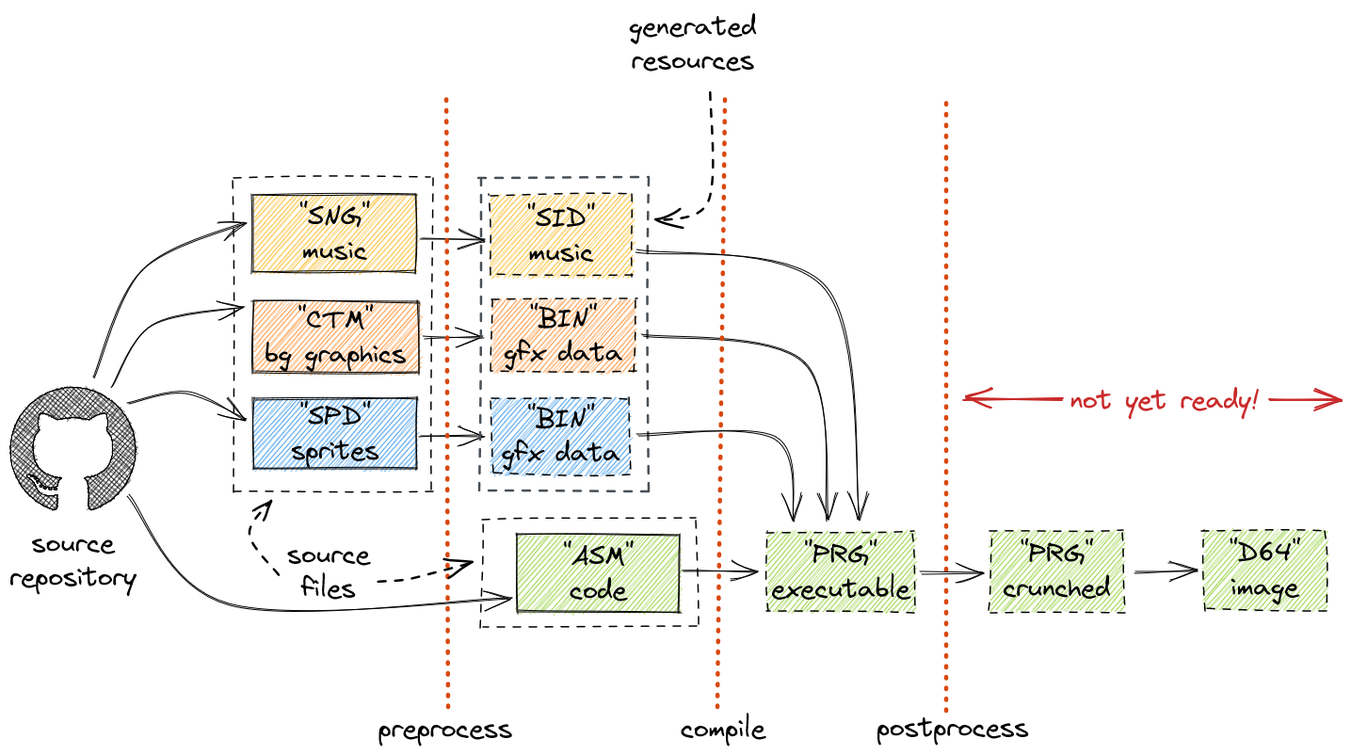
This is doc/img/retro-tool-overview.png from c64lib/gradle-retro-assembler-plugin, a Excalidraw export, as it was before one commit. Source tidied: one line per element, renumbered; positions are measured from the earlier drawing's top-left corner, leaving out a move shared by most shapes.
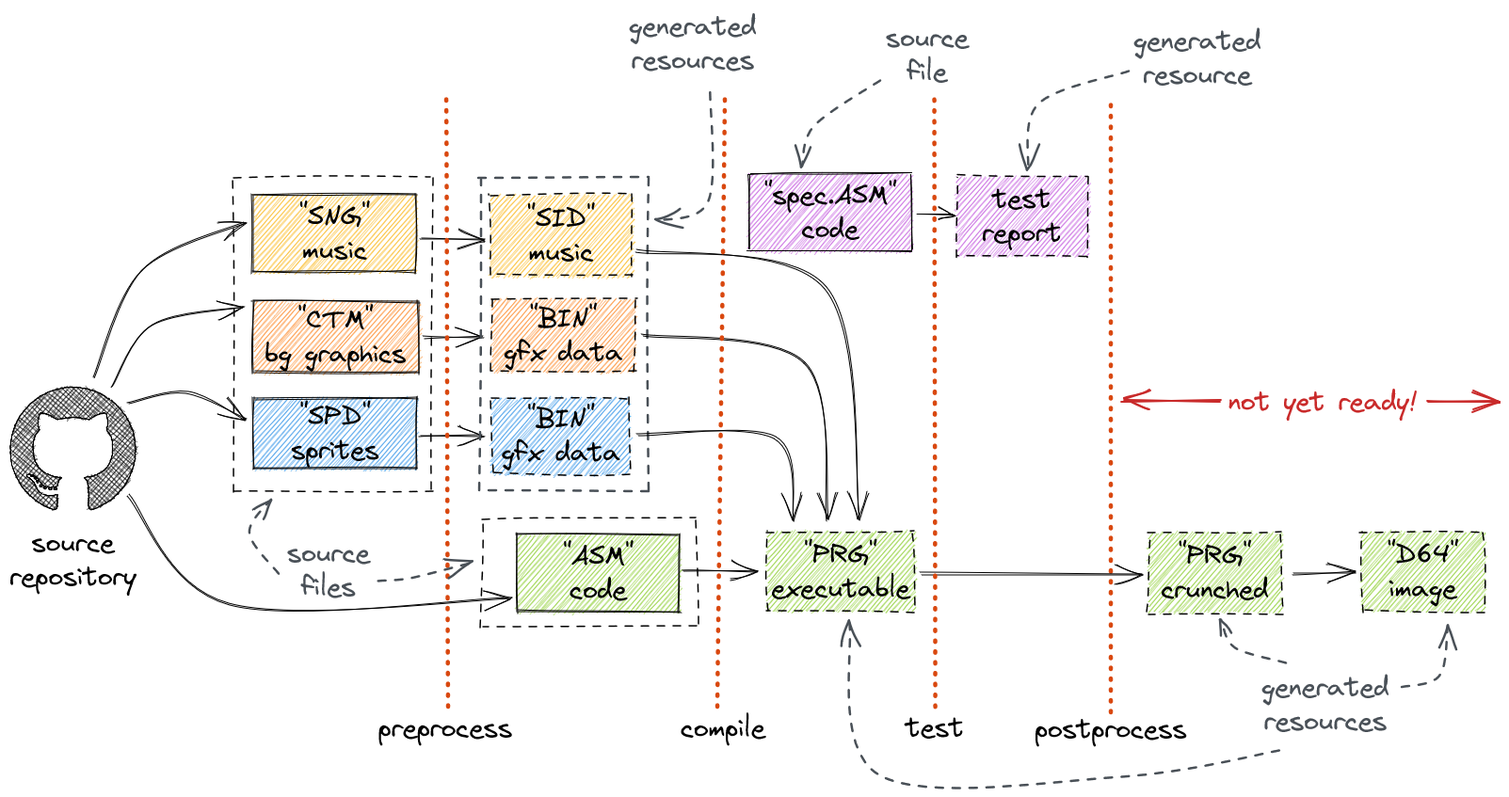
The same diagram one commit later.

The edit, as a diff of the source:
```diff
@@ -31,8 +31,8 @@
 {"id": 30, "type": "arrow", "strokeColor": "#000000", "backgroundColor": "#228be6", "fillStyle": "hachure", "strokeWidth": 1, "roughness": 1, "endArrowhead": "arrow", "from": 11, "to": 25, "x": 440, "y": 348, "width": 64, "height": 1, "points": [[0, 0], [64, 1]]}
 {"id": 31, "type": "arrow", "strokeColor": "#000000", "backgroundColor": "#228be6", "fillStyle": "hachure", "strokeWidth": 1, "roughness": 1, "endArrowhead": "arrow", "from": 13, "to": 27, "x": 436, "y": 453, "width": 67, "height": 1, "points": [[0, 0], [67, -1]]}
 {"id": 32, "type": "rectangle", "strokeColor": "#495057", "strokeWidth": 2, "strokeStyle": "dashed", "roughness": 1, "x": 500, "y": 180, "width": 180, "height": 332}
-{"id": 33, "type": "text", "text": "generated\nresources", "strokeColor": "#000000", "strokeWidth": 2, "strokeStyle": "dashed", "roughness": 1, "fontSize": 28, "fontFamily": 1, "textAlign": "center", "x": 658, "y": 0, "width": 136, "height": 72}
+{"id": 33, "type": "text", "text": "generated\nresources", "strokeColor": "#495057", "strokeWidth": 2, "strokeStyle": "dashed", "roughness": 1, "fontSize": 28, "fontFamily": 1, "textAlign": "center", "x": 658, "y": 0, "width": 136, "height": 72}
-{"id": 34, "type": "arrow", "strokeColor": "#000000", "strokeWidth": 2, "strokeStyle": "dashed", "roughness": 1, "endArrowhead": "arrow", "from": 33, "to": 32, "x": 743, "y": 88, "width": 57, "height": 137, "points": [[0, 0], [-1, 115], [-57, 137]]}
+{"id": 34, "type": "arrow", "strokeColor": "#495057", "strokeWidth": 2, "strokeStyle": "dashed", "roughness": 1, "endArrowhead": "arrow", "from": 33, "to": 32, "x": 743, "y": 88, "width": 57, "height": 137, "points": [[0, 0], [-1, 115], [-57, 137]]}
 {"id": 35, "type": "rectangle", "strokeColor": "#000000", "backgroundColor": "#82c91e", "fillStyle": "hachure", "strokeWidth": 1, "strokeStyle": "dashed", "roughness": 1, "x": 805, "y": 555, "width": 156, "height": 85}
 {"id": 36, "type": "text", "text": "\"PRG\"\nexecutable", "strokeColor": "#000000", "backgroundColor": "#82c91e", "fillStyle": "hachure", "strokeWidth": 1, "strokeStyle": "dashed", "roughness": 1, "fontSize": 28, "fontFamily": 1, "textAlign": "center", "verticalAlign": "middle", "x": 809, "y": 562, "width": 148, "height": 72}
 {"id": 37, "type": "arrow", "strokeColor": "#000000", "backgroundColor": "#82c91e", "fillStyle": "hachure", "strokeWidth": 1, "roughness": 1, "endArrowhead": "arrow", "from": 15, "to": 36, "x": 715, "y": 597, "width": 79, "height": 1, "points": [[0, 0], [79, 1]]}
@@ -43,17 +43,32 @@
 {"id": 42, "type": "line", "strokeColor": "#d9480f", "backgroundColor": "#82c91e", "fillStyle": "hachure", "strokeWidth": 4, "strokeStyle": "dotted", "roughness": 1, "x": 753, "y": 742, "width": 8, "height": 652, "points": [[0, 0], [8, -652]]}
 {"id": 43, "type": "rectangle", "strokeColor": "#000000", "strokeWidth": 1, "strokeStyle": "dashed", "roughness": 1, "x": 238, "y": 178, "width": 211, "height": 335}
 {"id": 44, "type": "rectangle", "strokeColor": "#000000", "strokeWidth": 1, "strokeStyle": "dashed", "roughness": 1, "x": 501, "y": 542, "width": 230, "height": 114}
-{"id": 45, "type": "text", "text": "source\nfiles", "strokeColor": "#000000", "strokeWidth": 1, "strokeStyle": "dashed", "roughness": 1, "fontSize": 28, "fontFamily": 1, "textAlign": "center", "x": 295, "y": 561, "width": 88, "height": 72}
+{"id": 45, "type": "text", "text": "source\nfiles", "strokeColor": "#495057", "strokeWidth": 1, "strokeStyle": "dashed", "roughness": 1, "fontSize": 28, "fontFamily": 1, "textAlign": "center", "x": 295, "y": 560, "width": 88, "height": 72}
-{"id": 46, "type": "arrow", "strokeColor": "#000000", "strokeWidth": 2, "strokeStyle": "dashed", "roughness": 1, "endArrowhead": "arrow", "from": 45, "to": 43, "x": 285, "y": 601, "width": 31, "height": 79, "points": [[0, 0], [-31, -44], [-6, -79]]}
+{"id": 46, "type": "arrow", "strokeColor": "#495057", "strokeWidth": 2, "strokeStyle": "dashed", "roughness": 1, "endArrowhead": "arrow", "from": 45, "to": 43, "x": 285, "y": 600, "width": 31, "height": 79, "points": [[0, 0], [-31, -44], [-6, -79]]}
-{"id": 47, "type": "arrow", "strokeColor": "#000000", "strokeWidth": 2, "strokeStyle": "dashed", "roughness": 1, "endArrowhead": "arrow", "from": 45, "to": 44, "x": 393, "y": 607, "width": 98, "height": 18, "points": [[0, 0], [33, -3], [98, -18]]}
+{"id": 47, "type": "arrow", "strokeColor": "#495057", "strokeWidth": 2, "strokeStyle": "dashed", "roughness": 1, "endArrowhead": "arrow", "from": 45, "to": 44, "x": 393, "y": 606, "width": 98, "height": 17, "points": [[0, 0], [33, -2], [98, -17]]}
-{"id": 48, "type": "text", "text": "postprocess", "strokeColor": "#000000", "strokeWidth": 2, "strokeStyle": "dashed", "roughness": 1, "fontSize": 28, "fontFamily": 1, "textAlign": "center", "x": 922, "y": 745, "width": 161, "height": 36}
+{"id": 48, "type": "text", "text": "postprocess", "strokeColor": "#000000", "strokeWidth": 2, "strokeStyle": "dashed", "roughness": 1, "fontSize": 28, "fontFamily": 1, "textAlign": "center", "x": 1090, "y": 747, "width": 161, "height": 36}
-{"id": 49, "type": "line", "strokeColor": "#d9480f", "strokeWidth": 4, "strokeStyle": "dotted", "roughness": 1, "x": 995, "y": 745, "width": 1, "height": 649, "points": [[0, 0], [1, -649]]}
+{"id": 49, "type": "line", "strokeColor": "#d9480f", "strokeWidth": 4, "strokeStyle": "dotted", "roughness": 1, "x": 1170, "y": 747, "width": 1, "height": 649, "points": [[0, 0], [1, -649]]}
-{"id": 50, "type": "rectangle", "strokeColor": "#000000", "backgroundColor": "#82c91e", "fillStyle": "hachure", "strokeWidth": 1, "strokeStyle": "dashed", "roughness": 1, "x": 1042, "y": 554, "width": 141, "height": 85}
+{"id": 50, "type": "rectangle", "strokeColor": "#000000", "backgroundColor": "#82c91e", "fillStyle": "hachure", "strokeWidth": 1, "strokeStyle": "dashed", "roughness": 1, "x": 1210, "y": 556, "width": 141, "height": 85}
-{"id": 51, "type": "text", "text": "\"PRG\"\ncrunched", "strokeColor": "#000000", "backgroundColor": "#82c91e", "fillStyle": "hachure", "strokeWidth": 1, "strokeStyle": "dashed", "roughness": 1, "fontSize": 28, "fontFamily": 1, "textAlign": "center", "verticalAlign": "middle", "x": 1056, "y": 560, "width": 114, "height": 72}
+{"id": 51, "type": "text", "text": "\"PRG\"\ncrunched", "strokeColor": "#000000", "backgroundColor": "#82c91e", "fillStyle": "hachure", "strokeWidth": 1, "strokeStyle": "dashed", "roughness": 1, "fontSize": 28, "fontFamily": 1, "textAlign": "center", "verticalAlign": "middle", "x": 1224, "y": 562, "width": 114, "height": 72}
-{"id": 52, "type": "arrow", "strokeColor": "#000000", "backgroundColor": "#82c91e", "fillStyle": "hachure", "strokeWidth": 1, "roughness": 1, "endArrowhead": "arrow", "from": 36, "to": 50, "x": 968, "y": 598, "width": 65, "height": 0, "points": [[0, 0], [65, 0]]}
+{"id": 52, "type": "arrow", "strokeColor": "#000000", "backgroundColor": "#82c91e", "fillStyle": "hachure", "strokeWidth": 1, "roughness": 1, "endArrowhead": "arrow", "from": 36, "to": 50, "x": 968, "y": 599, "width": 234, "height": 1, "points": [[0, 0], [234, 1]]}
-{"id": 53, "type": "rectangle", "strokeColor": "#000000", "backgroundColor": "#82c91e", "fillStyle": "hachure", "strokeWidth": 1, "strokeStyle": "dashed", "roughness": 1, "x": 1268, "y": 553, "width": 131, "height": 85}
+{"id": 53, "type": "rectangle", "strokeColor": "#000000", "backgroundColor": "#82c91e", "fillStyle": "hachure", "strokeWidth": 1, "strokeStyle": "dashed", "roughness": 1, "x": 1436, "y": 555, "width": 131, "height": 85}
-{"id": 54, "type": "text", "text": "\"D64\"\nimage", "strokeColor": "#000000", "backgroundColor": "#82c91e", "fillStyle": "hachure", "strokeWidth": 1, "strokeStyle": "dashed", "roughness": 1, "fontSize": 28, "fontFamily": 1, "textAlign": "center", "verticalAlign": "middle", "x": 1296, "y": 560, "width": 76, "height": 72}
+{"id": 54, "type": "text", "text": "\"D64\"\nimage", "strokeColor": "#000000", "backgroundColor": "#82c91e", "fillStyle": "hachure", "strokeWidth": 1, "strokeStyle": "dashed", "roughness": 1, "fontSize": 28, "fontFamily": 1, "textAlign": "center", "verticalAlign": "middle", "x": 1464, "y": 562, "width": 76, "height": 72}
-{"id": 55, "type": "arrow", "strokeColor": "#000000", "backgroundColor": "#82c91e", "fillStyle": "hachure", "strokeWidth": 1, "roughness": 1, "endArrowhead": "arrow", "from": 50, "to": 53, "x": 1196, "y": 598, "width": 65, "height": 2, "points": [[0, 0], [65, -2]]}
+{"id": 55, "type": "arrow", "strokeColor": "#000000", "backgroundColor": "#82c91e", "fillStyle": "hachure", "strokeWidth": 1, "roughness": 1, "endArrowhead": "arrow", "from": 50, "to": 53, "x": 1364, "y": 600, "width": 65, "height": 2, "points": [[0, 0], [65, -2]]}
-{"id": 56, "type": "text", "text": "not yet ready!", "strokeColor": "#c92a2a", "backgroundColor": "#82c91e", "fillStyle": "hachure", "strokeWidth": 1, "roughness": 1, "fontSize": 28, "fontFamily": 1, "textAlign": "center", "x": 1127, "y": 397, "width": 200, "height": 36}
+{"id": 56, "type": "text", "text": "not yet ready!", "strokeColor": "#c92a2a", "backgroundColor": "#82c91e", "fillStyle": "hachure", "strokeWidth": 1, "roughness": 1, "fontSize": 28, "fontFamily": 1, "textAlign": "center", "x": 1295, "y": 399, "width": 200, "height": 36}
-{"id": 57, "type": "arrow", "strokeColor": "#c92a2a", "backgroundColor": "#82c91e", "fillStyle": "hachure", "strokeWidth": 2, "roughness": 1, "endArrowhead": "arrow", "from": 56, "x": 1119, "y": 414, "width": 105, "height": 0, "points": [[0, 0], [-105, 0]]}
+{"id": 57, "type": "arrow", "strokeColor": "#c92a2a", "backgroundColor": "#82c91e", "fillStyle": "hachure", "strokeWidth": 2, "roughness": 1, "endArrowhead": "arrow", "from": 56, "x": 1287, "y": 416, "width": 105, "height": 0, "points": [[0, 0], [-105, 0]]}
-{"id": 58, "type": "arrow", "strokeColor": "#c92a2a", "backgroundColor": "#82c91e", "fillStyle": "hachure", "strokeWidth": 2, "roughness": 1, "endArrowhead": "arrow", "from": 56, "x": 1339, "y": 415, "width": 75, "height": 0, "points": [[0, 0], [75, 0]]}
+{"id": 58, "type": "arrow", "strokeColor": "#c92a2a", "backgroundColor": "#82c91e", "fillStyle": "hachure", "strokeWidth": 2, "roughness": 1, "endArrowhead": "arrow", "from": 56, "x": 1507, "y": 417, "width": 75, "height": 0, "points": [[0, 0], [75, 0]]}
+{"id": 59, "type": "line", "strokeColor": "#d9480f", "strokeWidth": 4, "strokeStyle": "dotted", "roughness": 1, "x": 983, "y": 741, "width": 1, "height": 649, "points": [[0, 0], [1, -649]]}
+{"id": 60, "type": "text", "text": "test", "strokeColor": "#000000", "backgroundColor": "#228be6", "fillStyle": "cross-hatch", "strokeWidth": 1, "roughness": 1, "fontSize": 28, "fontFamily": 1, "textAlign": "center", "x": 952, "y": 746, "width": 62, "height": 36}
+{"id": 61, "type": "rectangle", "strokeColor": "#000000", "backgroundColor": "#be4bdb", "fillStyle": "hachure", "strokeWidth": 1, "roughness": 1, "x": 786, "y": 174, "width": 173, "height": 82}
+{"id": 62, "type": "text", "text": "\"spec.ASM\"\ncode", "strokeColor": "#000000", "backgroundColor": "#be4bdb", "fillStyle": "hachure", "strokeWidth": 1, "roughness": 1, "fontSize": 28, "fontFamily": 1, "textAlign": "center", "x": 802, "y": 180, "width": 141, "height": 72}
+{"id": 63, "type": "text", "text": "source\nfile", "strokeColor": "#495057", "strokeWidth": 1, "strokeStyle": "dashed", "roughness": 1, "fontSize": 28, "fontFamily": 1, "textAlign": "center", "x": 931, "y": 12, "width": 88, "height": 72}
+{"id": 64, "type": "arrow", "strokeColor": "#495057", "backgroundColor": "#228be6", "fillStyle": "cross-hatch", "strokeWidth": 2, "strokeStyle": "dashed", "roughness": 1, "endArrowhead": "arrow", "from": 63, "to": 62, "x": 925, "y": 76, "width": 83, "height": 90, "points": [[0, 0], [-70, 47], [-83, 90]]}
+{"id": 65, "type": "rectangle", "strokeColor": "#000000", "backgroundColor": "#be4bdb", "fillStyle": "hachure", "strokeWidth": 1, "strokeStyle": "dashed", "roughness": 1, "x": 1006, "y": 178, "width": 139, "height": 84}
+{"id": 66, "type": "arrow", "strokeColor": "#000000", "backgroundColor": "#be4bdb", "fillStyle": "hachure", "strokeWidth": 1, "roughness": 1, "endArrowhead": "arrow", "from": 61, "to": 65, "x": 965, "y": 218, "width": 38, "height": 0, "points": [[0, 0], [38, 0]]}
+{"id": 67, "type": "text", "text": "test\nreport", "strokeColor": "#000000", "backgroundColor": "#be4bdb", "fillStyle": "hachure", "strokeWidth": 1, "roughness": 1, "fontSize": 28, "fontFamily": 1, "textAlign": "center", "verticalAlign": "middle", "x": 1033, "y": 184, "width": 85, "height": 72}
+{"id": 68, "type": "text", "text": "generated\nresources", "strokeColor": "#495057", "strokeWidth": 2, "strokeStyle": "dashed", "roughness": 1, "fontSize": 28, "fontFamily": 1, "textAlign": "center", "x": 1330, "y": 702, "width": 136, "height": 72}
+{"id": 69, "type": "arrow", "strokeColor": "#495057", "backgroundColor": "#be4bdb", "fillStyle": "hachure", "strokeWidth": 2, "strokeStyle": "dashed", "roughness": 1, "endArrowhead": "arrow", "from": 68, "to": 53, "x": 1478, "y": 719, "width": 49, "height": 66, "points": [[0, 0], [42, -12], [49, -66]]}
+{"id": 70, "type": "arrow", "strokeColor": "#495057", "backgroundColor": "#be4bdb", "fillStyle": "hachure", "strokeWidth": 2, "strokeStyle": "dashed", "roughness": 1, "endArrowhead": "arrow", "from": 68, "to": 51, "x": 1357, "y": 694, "width": 69, "height": 45, "points": [[0, 0], [-56, -16], [-69, -45]]}
+{"id": 71, "type": "arrow", "strokeColor": "#495057", "backgroundColor": "#be4bdb", "fillStyle": "hachure", "strokeWidth": 2, "strokeStyle": "dashed", "roughness": 1, "endArrowhead": "arrow", "from": 68, "to": 36, "x": 1349, "y": 786, "width": 457, "height": 166, "points": [[0, 0], [-166, 29], [-425, 28], [-457, -137]]}
+{"id": 72, "type": "text", "text": "generated\nresource", "strokeColor": "#495057", "strokeWidth": 2, "strokeStyle": "dashed", "roughness": 1, "fontSize": 28, "fontFamily": 1, "textAlign": "center", "x": 1194, "y": 16, "width": 136, "height": 72}
+{"id": 73, "type": "arrow", "strokeColor": "#495057", "backgroundColor": "#be4bdb", "fillStyle": "hachure", "strokeWidth": 2, "strokeStyle": "dashed", "roughness": 1, "endArrowhead": "arrow", "from": 72, "to": 67, "x": 1188, "y": 64, "width": 107, "height": 107, "points": [[0, 0], [-95, 35], [-107, 107]]}
```
